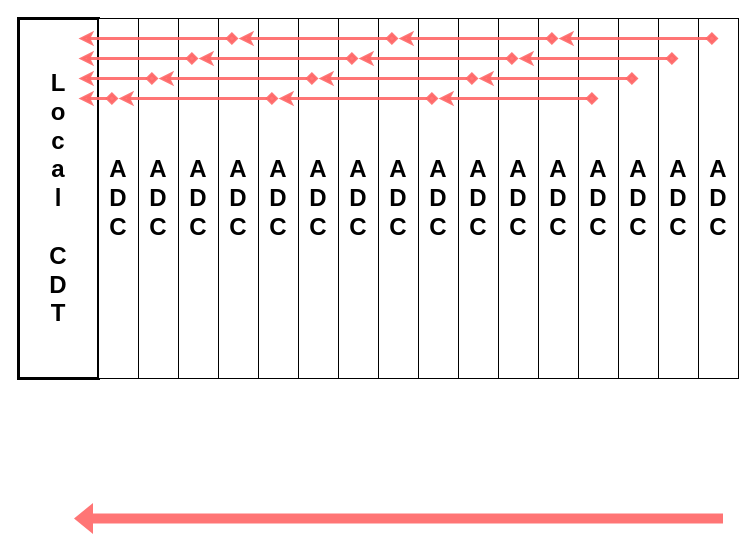
This is DaisyChain_Diagram.drawio from bai-ytluo/Chicago_Electronics, a draw.io file, before an edit. Source tidied: cells renumbered, new cells numbered last; positions are measured from the earlier drawing's top-left corner, leaving out a move shared by most shapes. Both pictures are drawn from the tidied source at 100%, with x=0, y=0 at pixel (18, 18).
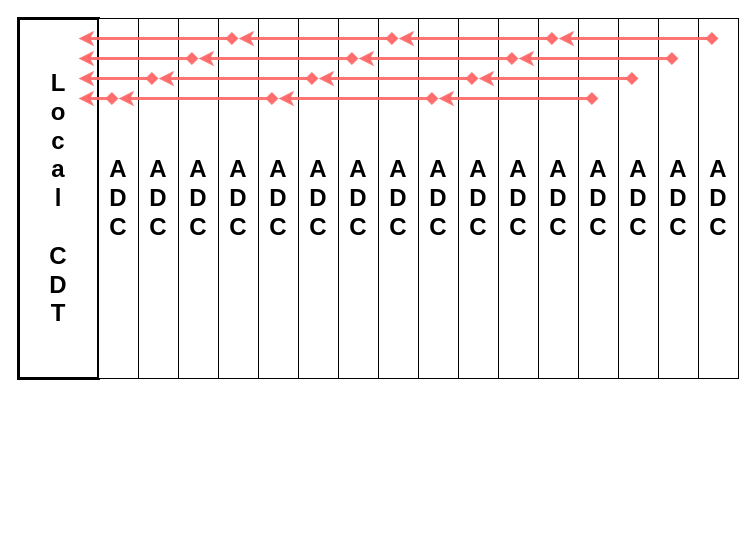
The same page after the edit.

What changed in the source:
```diff
@@
-    <mxCell id="19" style="shape=flexArrow;endArrow=classic;html=1;opacity=90;fillColor=#FF6666;strokeColor=none;fixDash=0;snapToPoint=0;" parent="1" edge="1">
-      <mxGeometry relative="1" as="geometry">
-        <mxPoint x="705" y="500" as="sourcePoint" />
-        <mxPoint x="55" y="500" as="targetPoint" />
-      </mxGeometry>
-    </mxCell>
```
